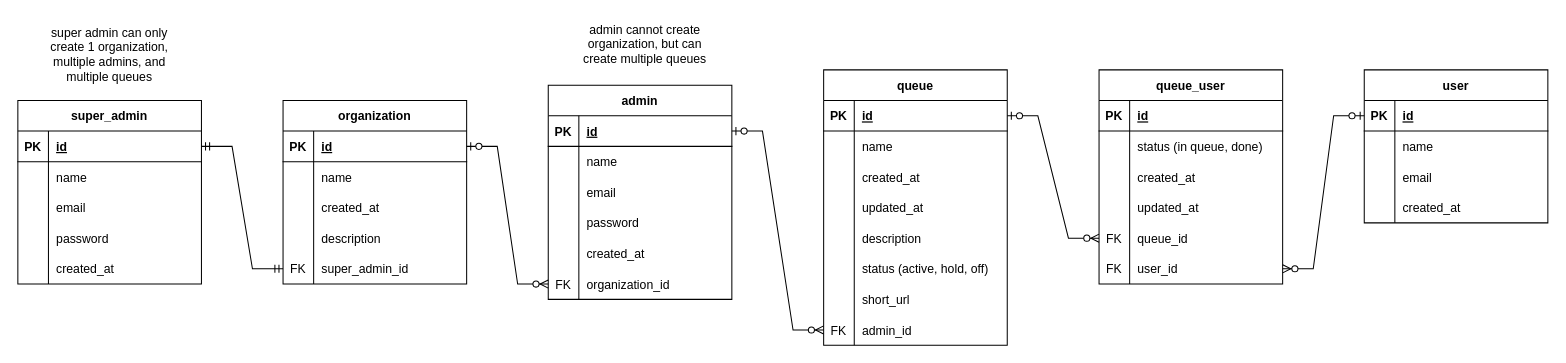
This is antriin-erd.drawio from firdausraginda/antriin.id, a draw.io file, before an edit. Source tidied: cells renumbered, new cells numbered last; positions are measured from the earlier drawing's top-left corner, leaving out a move shared by most shapes. Both pictures are drawn from the tidied source at 102%, with x=0, y=0 at pixel (17, 29).
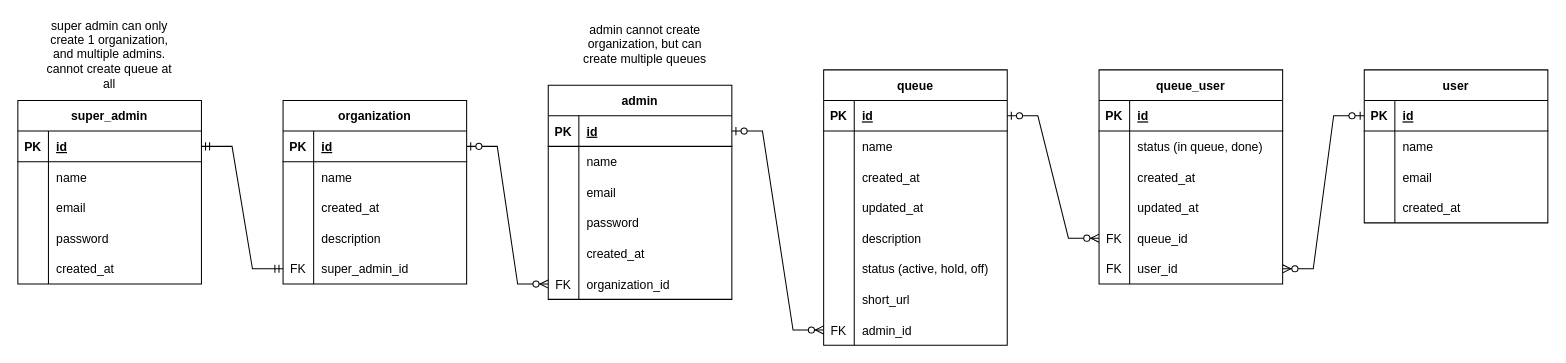
The same page after the edit.

Commit message (it also covers changes not shown here):
update super admin rule in ERD

Diff of the diagram source:
```diff
@@
-    <mxCell id="115" value="super admin can only create 1 organization, multiple admins, and multiple queues" style="text;html=1;strokeColor=none;fillColor=none;align=center;verticalAlign=middle;whiteSpace=wrap;rounded=0;" parent="1" vertex="1">
+    <mxCell id="115" value="super admin can only create 1 organization, and multiple admins. cannot create queue at all" style="text;html=1;strokeColor=none;fillColor=none;align=center;verticalAlign=middle;whiteSpace=wrap;rounded=0;" parent="1" vertex="1">
       <mxGeometry x="25" y="10" width="130" height="30" as="geometry" />
     </mxCell>
```
